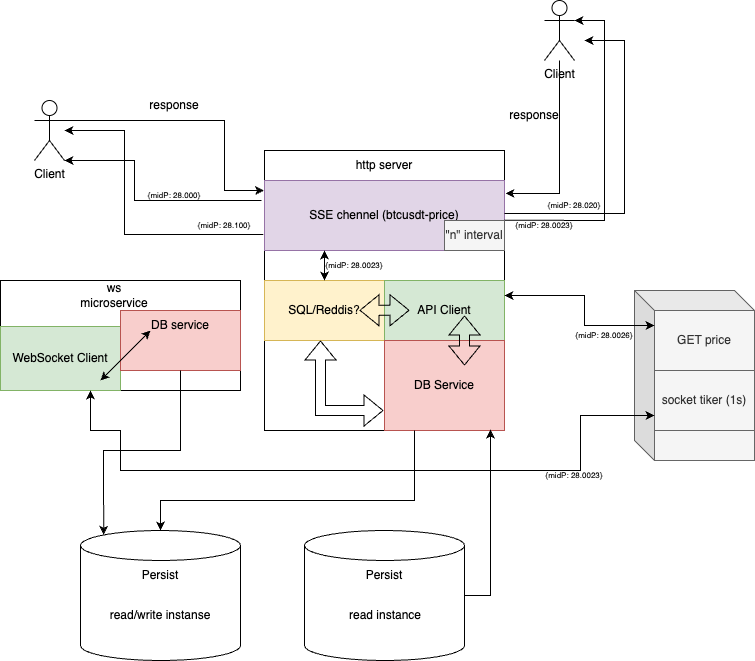
Above: doc/btcusdt-ticker-arhitech-schema.drawio.png in naHDop-tech/bitcoin-price-srv (draw.io), before the change. Source tidied: cells renumbered, new cells last; positions are measured from the earlier drawing's top-left corner, leaving out a move shared by most shapes.
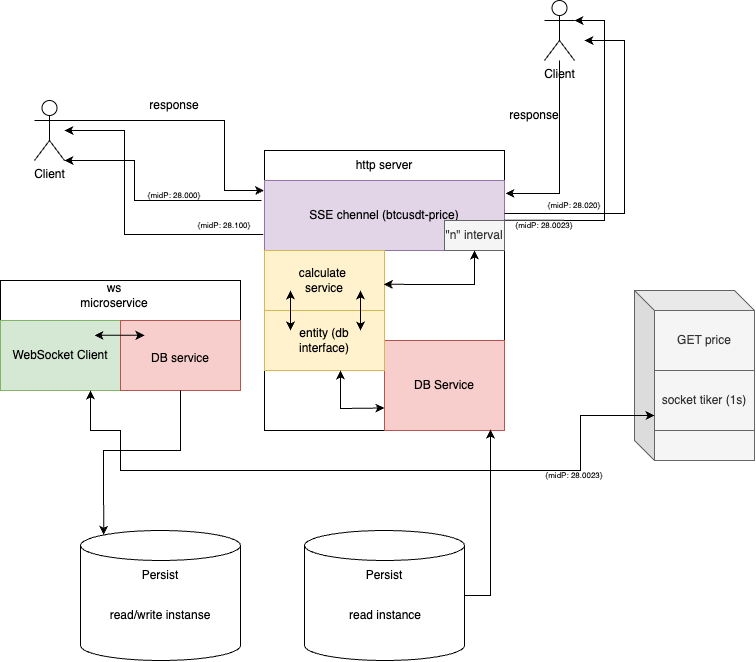
The same diagram one commit later.

Commit message:
feat: new arch schema; rename controller

What changed in the source:
```diff
@@ -92,21 +92,6 @@
     <mxCell id="20" value="&quot;n&quot; interval" style="text;html=1;align=center;verticalAlign=middle;whiteSpace=wrap;rounded=0;fillColor=#f5f5f5;fontColor=#333333;strokeColor=#666666;" parent="1" vertex="1">
       <mxGeometry x="444" y="220" width="60" height="30" as="geometry" />
     </mxCell>
-    <mxCell id="21" value="SQL/Reddis?" style="rounded=0;whiteSpace=wrap;html=1;fillColor=#fff2cc;strokeColor=#d6b656;" parent="1" vertex="1">
-      <mxGeometry x="264" y="280" width="120" height="60" as="geometry" />
-    </mxCell>
-    <mxCell id="22" value="API Client" style="rounded=0;whiteSpace=wrap;html=1;fillColor=#d5e8d4;strokeColor=#82b366;" parent="1" vertex="1">
-      <mxGeometry x="384" y="280" width="120" height="60" as="geometry" />
-    </mxCell>
-    <mxCell id="23" style="shape=flexArrow;endArrow=classic;startArrow=classic;html=1;rounded=0;" parent="1" edge="1">
-      <mxGeometry relative="1" as="geometry">
-        <mxPoint x="359" y="309.8" as="sourcePoint" />
-        <mxPoint x="409" y="309.8" as="targetPoint" />
-        <Array as="points">
-          <mxPoint x="379" y="309.8" />
-        </Array>
-      </mxGeometry>
-    </mxCell>
     <mxCell id="24" style="shape=cube;whiteSpace=wrap;html=1;boundedLbl=1;backgroundOutline=1;darkOpacity=0.05;darkOpacity2=0.1;fillColor=#f5f5f5;fontColor=#333333;strokeColor=#666666;" parent="1" vertex="1">
       <mxGeometry x="634" y="290" width="120" height="170" as="geometry" />
     </mxCell>
@@ -116,35 +101,12 @@
     <mxCell id="26" value="socket tiker (1s)" style="rounded=0;whiteSpace=wrap;html=1;fillColor=#f5f5f5;fontColor=#333333;strokeColor=#666666;" parent="1" vertex="1">
       <mxGeometry x="654" y="370" width="100" height="60" as="geometry" />
     </mxCell>
-    <mxCell id="27" style="endArrow=classic;startArrow=classic;html=1;rounded=0;exitX=1;exitY=0.25;exitDx=0;exitDy=0;entryX=0;entryY=0.25;entryDx=0;entryDy=0;" parent="1" edge="1" source="22" target="25">
-      <mxGeometry relative="1" as="geometry">
-        <Array as="points">
-          <mxPoint x="584" y="295" />
-          <mxPoint x="584" y="325" />
-        </Array>
-      </mxGeometry>
-    </mxCell>
-    <mxCell id="28" style="endArrow=classic;startArrow=classic;html=1;rounded=0;entryX=0.25;entryY=1;entryDx=0;entryDy=0;" parent="1" edge="1" source="21" target="4">
-      <mxGeometry relative="1" as="geometry" />
-    </mxCell>
     <mxCell id="29" value="{midP: 28.0023}" style="text;html=1;strokeColor=none;fillColor=none;align=center;verticalAlign=middle;whiteSpace=wrap;rounded=0;fontSize=8;" parent="1" vertex="1">
       <mxGeometry x="544" y="460" width="60" height="30" as="geometry" />
     </mxCell>
-    <mxCell id="30" value="{midP: 28.0026}" style="text;html=1;strokeColor=none;fillColor=none;align=center;verticalAlign=middle;whiteSpace=wrap;rounded=0;fontSize=8;" parent="1" vertex="1">
-      <mxGeometry x="574" y="320" width="60" height="30" as="geometry" />
-    </mxCell>
     <mxCell id="31" value="DB Service" style="rounded=0;whiteSpace=wrap;html=1;fillColor=#f8cecc;strokeColor=#b85450;" parent="1" vertex="1">
       <mxGeometry x="384" y="340" width="120" height="90" as="geometry" />
     </mxCell>
-    <mxCell id="32" value="{midP: 28.0023}" style="text;html=1;strokeColor=none;fillColor=none;align=center;verticalAlign=middle;whiteSpace=wrap;rounded=0;fontSize=8;" parent="1" vertex="1">
-      <mxGeometry x="324" y="250" width="60" height="30" as="geometry" />
-    </mxCell>
-    <mxCell id="33" style="shape=flexArrow;endArrow=classic;startArrow=classic;html=1;rounded=0;" parent="1" edge="1">
-      <mxGeometry relative="1" as="geometry">
-        <mxPoint x="464" y="315" as="sourcePoint" />
-        <mxPoint x="464" y="365" as="targetPoint" />
-      </mxGeometry>
-    </mxCell>
     <mxCell id="34" value="Persist" style="text;html=1;strokeColor=none;fillColor=none;align=center;verticalAlign=middle;whiteSpace=wrap;rounded=0;" parent="1" vertex="1">
       <mxGeometry x="354" y="560" width="60" height="30" as="geometry" />
     </mxCell>
@@ -160,14 +122,6 @@
     <mxCell id="38" value="read/write instanse" style="text;html=1;strokeColor=none;fillColor=none;align=center;verticalAlign=middle;whiteSpace=wrap;rounded=0;" parent="1" vertex="1">
       <mxGeometry x="90" y="600" width="140" height="30" as="geometry" />
     </mxCell>
-    <mxCell id="39" style="endArrow=classic;html=1;rounded=0;exitX=0.25;exitY=1;exitDx=0;exitDy=0;entryX=0.5;entryY=0;entryDx=0;entryDy=0;entryPerimeter=0;" parent="1" edge="1" source="31" target="36">
-      <mxGeometry relative="1" as="geometry">
-        <Array as="points">
-          <mxPoint x="414" y="500" />
-          <mxPoint x="160" y="500" />
-        </Array>
-      </mxGeometry>
-    </mxCell>
     <mxCell id="40" style="endArrow=classic;html=1;rounded=0;exitX=1;exitY=0.5;exitDx=0;exitDy=0;exitPerimeter=0;entryX=0.883;entryY=0.99;entryDx=0;entryDy=0;entryPerimeter=0;" parent="1" edge="1" source="6" target="31">
       <mxGeometry relative="1" as="geometry">
         <Array as="points">
@@ -182,7 +136,7 @@
       <mxGeometry x="84" y="280" width="60" height="30" as="geometry" />
     </mxCell>
     <mxCell id="43" value="WebSocket Client" style="rounded=0;whiteSpace=wrap;html=1;fillColor=#d5e8d4;strokeColor=#82b366;" parent="1" vertex="1">
-      <mxGeometry y="326" width="120" height="64" as="geometry" />
+      <mxGeometry y="320" width="120" height="70" as="geometry" />
     </mxCell>
     <mxCell id="44" style="endArrow=classic;startArrow=classic;html=1;rounded=0;entryX=0;entryY=0.75;entryDx=0;entryDy=0;exitX=0.75;exitY=1;exitDx=0;exitDy=0;" parent="1" edge="1" source="43" target="26">
       <mxGeometry relative="1" as="geometry">
@@ -195,27 +149,12 @@
         </Array>
       </mxGeometry>
     </mxCell>
-    <mxCell id="45" style="shape=flexArrow;endArrow=classic;startArrow=classic;html=1;rounded=0;" parent="1" edge="1">
-      <mxGeometry relative="1" as="geometry">
-        <mxPoint x="320" y="340" as="sourcePoint" />
-        <mxPoint x="383" y="410" as="targetPoint" />
-        <Array as="points">
-          <mxPoint x="320" y="410" />
-        </Array>
-      </mxGeometry>
-    </mxCell>
     <mxCell id="46" style="rounded=0;whiteSpace=wrap;html=1;fillColor=#f8cecc;strokeColor=#b85450;" parent="1" vertex="1">
-      <mxGeometry x="120" y="310" width="120" height="60" as="geometry" />
+      <mxGeometry x="120" y="320" width="120" height="70" as="geometry" />
     </mxCell>
     <mxCell id="47" value="DB service" style="text;html=1;strokeColor=none;fillColor=none;align=center;verticalAlign=middle;whiteSpace=wrap;rounded=0;" parent="1" vertex="1">
-      <mxGeometry x="150" y="310" width="60" height="30" as="geometry" />
+      <mxGeometry x="150" y="343" width="60" height="30" as="geometry" />
     </mxCell>
-    <mxCell id="48" style="endArrow=classic;startArrow=classic;html=1;rounded=0;" parent="1" edge="1">
-      <mxGeometry relative="1" as="geometry">
-        <mxPoint x="100" y="380" as="sourcePoint" />
-        <mxPoint x="150" y="330" as="targetPoint" />
-      </mxGeometry>
-    </mxCell>
     <mxCell id="49" style="endArrow=classic;html=1;rounded=0;exitX=0.5;exitY=1;exitDx=0;exitDy=0;entryX=0.145;entryY=0;entryDx=0;entryDy=4.35;entryPerimeter=0;" parent="1" edge="1" source="46" target="36">
       <mxGeometry relative="1" as="geometry">
         <Array as="points">
@@ -224,5 +163,52 @@
         </Array>
       </mxGeometry>
     </mxCell>
+    <mxCell id="50" style="rounded=0;whiteSpace=wrap;html=1;fillColor=#fff2cc;strokeColor=#d6b656;" parent="1" vertex="1">
+      <mxGeometry x="264" y="310" width="120" height="60" as="geometry" />
+    </mxCell>
+    <mxCell id="51" value="entity (db interface)" style="text;html=1;strokeColor=none;fillColor=none;align=center;verticalAlign=middle;whiteSpace=wrap;rounded=0;" parent="1" vertex="1">
+      <mxGeometry x="294" y="325" width="60" height="30" as="geometry" />
+    </mxCell>
+    <mxCell id="52" style="rounded=0;whiteSpace=wrap;html=1;fillColor=#fff2cc;strokeColor=#d6b656;" parent="1" vertex="1">
+      <mxGeometry x="264" y="250" width="120" height="60" as="geometry" />
+    </mxCell>
+    <mxCell id="53" value="calculate&amp;nbsp;&lt;br&gt;service" style="text;html=1;strokeColor=none;fillColor=none;align=center;verticalAlign=middle;whiteSpace=wrap;rounded=0;" parent="1" vertex="1">
+      <mxGeometry x="294" y="265" width="60" height="30" as="geometry" />
+    </mxCell>
+    <mxCell id="54" style="endArrow=classic;startArrow=classic;html=1;rounded=0;exitX=0.217;exitY=0.333;exitDx=0;exitDy=0;exitPerimeter=0;" parent="1" edge="1" source="50">
+      <mxGeometry relative="1" as="geometry">
+        <mxPoint x="290" y="290" as="targetPoint" />
+      </mxGeometry>
+    </mxCell>
+    <mxCell id="55" style="endArrow=classic;startArrow=classic;html=1;rounded=0;exitX=0.217;exitY=0.333;exitDx=0;exitDy=0;exitPerimeter=0;" parent="1" edge="1">
+      <mxGeometry relative="1" as="geometry">
+        <mxPoint x="360" y="330" as="sourcePoint" />
+        <mxPoint x="360" y="290" as="targetPoint" />
+      </mxGeometry>
+    </mxCell>
+    <mxCell id="56" style="endArrow=classic;startArrow=classic;html=1;rounded=0;exitX=0;exitY=0.75;exitDx=0;exitDy=0;" parent="1" edge="1" source="31">
+      <mxGeometry relative="1" as="geometry">
+        <mxPoint x="340" y="370" as="targetPoint" />
+        <Array as="points">
+          <mxPoint x="340" y="408" />
+        </Array>
+      </mxGeometry>
+    </mxCell>
+    <mxCell id="57" style="endArrow=classic;startArrow=classic;html=1;rounded=0;exitX=0.994;exitY=0.564;exitDx=0;exitDy=0;exitPerimeter=0;entryX=0.5;entryY=1;entryDx=0;entryDy=0;" parent="1" edge="1" source="52" target="20">
+      <mxGeometry relative="1" as="geometry">
+        <Array as="points">
+          <mxPoint x="474" y="284" />
+        </Array>
+      </mxGeometry>
+    </mxCell>
+    <mxCell id="58" style="endArrow=classic;startArrow=classic;html=1;rounded=0;" parent="1" edge="1">
+      <mxGeometry relative="1" as="geometry">
+        <mxPoint x="94" y="334.9" as="sourcePoint" />
+        <mxPoint x="144" y="334.9" as="targetPoint" />
+        <Array as="points">
+          <mxPoint x="114" y="334.9" />
+        </Array>
+      </mxGeometry>
+    </mxCell>
   </root>
 </mxGraphModel>
```
